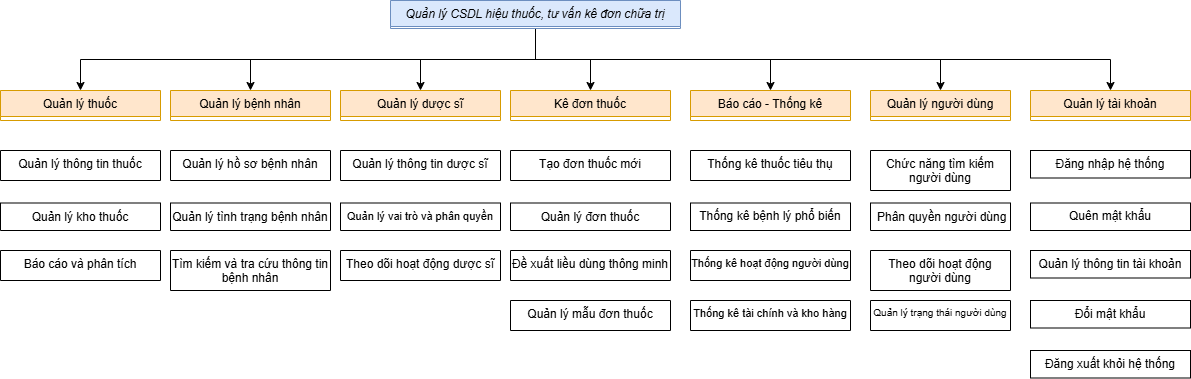
This is FHD.drawio.png from nguyentrung181/DA1, a draw.io export, as it was before one commit. Source tidied: cells renumbered, new cells last; positions are measured from the earlier drawing's top-left corner, leaving out a move shared by most shapes.
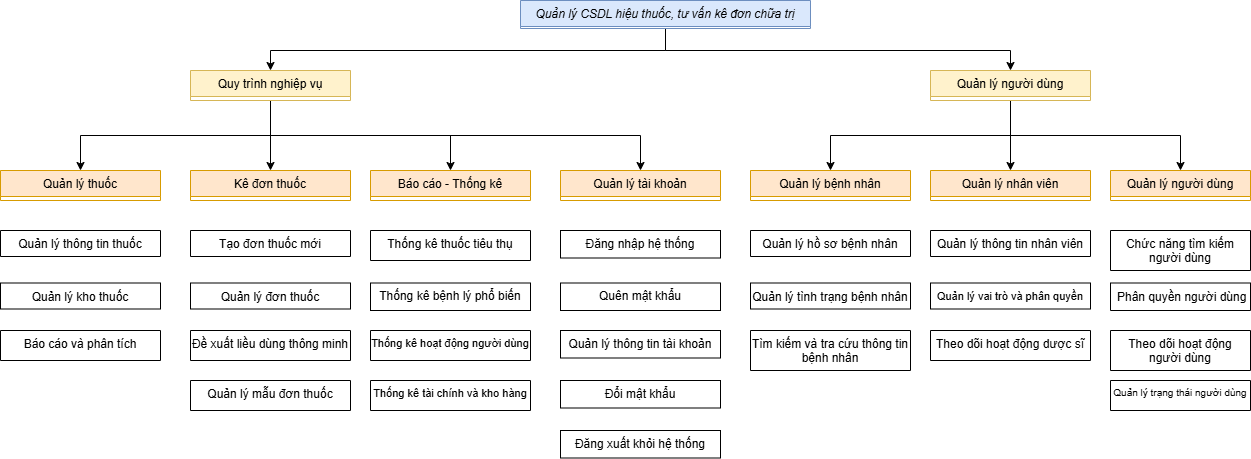
The same file after the commit.

Diff of the diagram source:
```diff
@@ -2,128 +2,150 @@
   <root>
     <mxCell id="0" />
     <mxCell id="1" parent="0" />
-    <mxCell id="2" style="edgeStyle=orthogonalEdgeStyle;rounded=0;jettySize=auto;html=1;exitX=0.5;exitY=1;exitDx=0;exitDy=0;" parent="1" edge="1" source="9" target="10">
-      <mxGeometry relative="1" as="geometry" />
-    </mxCell>
-    <mxCell id="3" style="edgeStyle=orthogonalEdgeStyle;rounded=0;jettySize=auto;html=1;exitX=0.5;exitY=1;exitDx=0;exitDy=0;" parent="1" edge="1" source="9" target="11">
-      <mxGeometry relative="1" as="geometry" />
-    </mxCell>
-    <mxCell id="4" style="edgeStyle=orthogonalEdgeStyle;rounded=0;jettySize=auto;html=1;exitX=0.5;exitY=1;exitDx=0;exitDy=0;entryX=0.5;entryY=0;entryDx=0;entryDy=0;" parent="1" edge="1" source="9" target="13">
-      <mxGeometry relative="1" as="geometry" />
-    </mxCell>
-    <mxCell id="5" style="edgeStyle=orthogonalEdgeStyle;rounded=0;jettySize=auto;html=1;exitX=0.5;exitY=1;exitDx=0;exitDy=0;entryX=0.5;entryY=0;entryDx=0;entryDy=0;" parent="1" edge="1" source="9" target="14">
-      <mxGeometry relative="1" as="geometry" />
-    </mxCell>
-    <mxCell id="6" style="edgeStyle=orthogonalEdgeStyle;rounded=0;jettySize=auto;html=1;exitX=0.5;exitY=1;exitDx=0;exitDy=0;" parent="1" edge="1" source="9" target="15">
-      <mxGeometry relative="1" as="geometry" />
-    </mxCell>
-    <mxCell id="7" style="edgeStyle=orthogonalEdgeStyle;rounded=0;jettySize=auto;html=1;exitX=0.5;exitY=1;exitDx=0;exitDy=0;entryX=0.5;entryY=0;entryDx=0;entryDy=0;" parent="1" edge="1" source="9" target="12">
-      <mxGeometry relative="1" as="geometry" />
-    </mxCell>
-    <mxCell id="8" style="edgeStyle=orthogonalEdgeStyle;rounded=0;jettySize=auto;html=1;exitX=0.5;exitY=1;exitDx=0;exitDy=0;entryX=0.5;entryY=0;entryDx=0;entryDy=0;" parent="1" edge="1" source="9" target="16">
-      <mxGeometry relative="1" as="geometry" />
-    </mxCell>
+    <mxCell id="43" style="edgeStyle=orthogonalEdgeStyle;rounded=0;jettySize=auto;html=1;exitX=0.5;exitY=1;exitDx=0;exitDy=0;entryX=0.5;entryY=0;entryDx=0;entryDy=0;" parent="1" edge="1" source="9" target="53">
+      <mxGeometry relative="1" as="geometry">
+        <Array as="points">
+          <mxPoint x="665" y="40" />
+          <mxPoint x="270" y="40" />
+        </Array>
+      </mxGeometry>
+    </mxCell>
+    <mxCell id="44" style="edgeStyle=orthogonalEdgeStyle;rounded=0;jettySize=auto;html=1;exitX=0.5;exitY=1;exitDx=0;exitDy=0;entryX=0.5;entryY=0;entryDx=0;entryDy=0;" parent="1" edge="1" source="9" target="48">
+      <mxGeometry relative="1" as="geometry">
+        <Array as="points">
+          <mxPoint x="665" y="40" />
+          <mxPoint x="1010" y="40" />
+        </Array>
+      </mxGeometry>
+    </mxCell>
     <mxCell id="9" value="Quản lý CSDL hiệu thuốc, tư vấn kê đơn chữa trị" style="swimlane;fontStyle=2;align=center;verticalAlign=top;horizontal=1;startSize=26;rounded=0;shadow=0;strokeWidth=1;fillColor=#dae8fc;strokeColor=#6c8ebf;" parent="1" vertex="1">
-      <mxGeometry x="390" width="290" height="28" as="geometry" />
+      <mxGeometry x="520" y="-10" width="290" height="28" as="geometry" />
     </mxCell>
     <mxCell id="10" value="Quản lý thuốc" style="swimlane;fontStyle=0;align=center;verticalAlign=top;horizontal=1;startSize=26;rounded=0;shadow=0;strokeWidth=1;fillColor=#ffe6cc;strokeColor=#d79b00;" parent="1" vertex="1">
-      <mxGeometry y="90" width="160" height="30" as="geometry" />
+      <mxGeometry y="160" width="160" height="30" as="geometry" />
     </mxCell>
     <mxCell id="11" value="Quản lý bệnh nhân" style="swimlane;fontStyle=0;align=center;verticalAlign=top;horizontal=1;startSize=26;rounded=0;shadow=0;strokeWidth=1;fillColor=#ffe6cc;strokeColor=#d79b00;" parent="1" vertex="1">
-      <mxGeometry x="170" y="90" width="160" height="30" as="geometry" />
+      <mxGeometry x="750" y="160" width="160" height="30" as="geometry" />
     </mxCell>
     <mxCell id="12" value="Quản lý người dùng" style="swimlane;fontStyle=0;align=center;verticalAlign=top;horizontal=1;startSize=26;rounded=0;shadow=0;strokeWidth=1;fillColor=#ffe6cc;strokeColor=#d79b00;" parent="1" vertex="1">
-      <mxGeometry x="870" y="90" width="140" height="30" as="geometry" />
+      <mxGeometry x="1110" y="160" width="140" height="30" as="geometry" />
     </mxCell>
-    <mxCell id="13" value="Quản lý dược sĩ" style="swimlane;fontStyle=0;align=center;verticalAlign=top;horizontal=1;startSize=26;rounded=0;shadow=0;strokeWidth=1;fillColor=#ffe6cc;strokeColor=#d79b00;" parent="1" vertex="1">
-      <mxGeometry x="340" y="90" width="160" height="30" as="geometry" />
+    <mxCell id="13" value="Quản lý nhân viên" style="swimlane;fontStyle=0;align=center;verticalAlign=top;horizontal=1;startSize=26;rounded=0;shadow=0;strokeWidth=1;fillColor=#ffe6cc;strokeColor=#d79b00;" parent="1" vertex="1">
+      <mxGeometry x="930" y="160" width="160" height="30" as="geometry" />
     </mxCell>
     <mxCell id="14" value="Kê đơn thuốc" style="swimlane;fontStyle=0;align=center;verticalAlign=top;horizontal=1;startSize=26;rounded=0;shadow=0;strokeWidth=1;fillColor=#ffe6cc;strokeColor=#d79b00;" parent="1" vertex="1">
-      <mxGeometry x="510" y="90" width="160" height="30" as="geometry" />
+      <mxGeometry x="190" y="160" width="160" height="30" as="geometry" />
     </mxCell>
     <mxCell id="15" value="Báo cáo - Thống kê" style="swimlane;fontStyle=0;align=center;verticalAlign=top;horizontal=1;startSize=26;rounded=0;shadow=0;strokeWidth=1;fillColor=#ffe6cc;strokeColor=#d79b00;" parent="1" vertex="1">
-      <mxGeometry x="690" y="90" width="160" height="30" as="geometry" />
+      <mxGeometry x="370" y="160" width="160" height="30" as="geometry" />
     </mxCell>
     <mxCell id="16" value="Quản lý tài khoản" style="swimlane;fontStyle=0;align=center;verticalAlign=top;horizontal=1;startSize=26;rounded=0;shadow=0;strokeWidth=1;fillColor=#ffe6cc;strokeColor=#d79b00;" parent="1" vertex="1">
-      <mxGeometry x="1030" y="90" width="160" height="30" as="geometry" />
+      <mxGeometry x="560" y="160" width="160" height="30" as="geometry" />
     </mxCell>
-    <mxCell id="17" value="Quản lý thông tin thuốc&#10;" style="swimlane;fontStyle=0;align=center;verticalAlign=top;horizontal=1;startSize=430;rounded=0;shadow=0;strokeWidth=1;whiteSpace=wrap;" parent="1" vertex="1">
-      <mxGeometry y="150" width="160" height="30" as="geometry" />
+    <mxCell id="17" value="Quản lý thông tin thuốc&#10;" style="swimlane;fontStyle=0;align=center;verticalAlign=top;horizontal=1;startSize=430;rounded=0;shadow=0;strokeWidth=1;whiteSpace=wrap;" parent="1" vertex="1" collapsed="1">
+      <mxGeometry y="220" width="160" height="26" as="geometry" />
     </mxCell>
-    <mxCell id="18" value="Quản lý kho thuốc" style="swimlane;fontStyle=0;align=center;verticalAlign=top;horizontal=1;startSize=430;rounded=0;shadow=0;strokeWidth=1;whiteSpace=wrap;" parent="1" vertex="1">
-      <mxGeometry y="202.5" width="160" height="27.5" as="geometry" />
+    <mxCell id="18" value="Quản lý kho thuốc" style="swimlane;fontStyle=0;align=center;verticalAlign=top;horizontal=1;startSize=430;rounded=0;shadow=0;strokeWidth=1;whiteSpace=wrap;" parent="1" vertex="1" collapsed="1">
+      <mxGeometry y="272.5" width="160" height="26" as="geometry" />
     </mxCell>
     <mxCell id="19" value="Báo cáo và phân tích&#10;" style="swimlane;fontStyle=0;align=center;verticalAlign=top;horizontal=1;startSize=430;rounded=0;shadow=0;strokeWidth=1;whiteSpace=wrap;" parent="1" vertex="1">
-      <mxGeometry y="250" width="160" height="30" as="geometry" />
+      <mxGeometry y="320" width="160" height="30" as="geometry" />
     </mxCell>
-    <mxCell id="20" value="Quản lý tình trạng bệnh nhân&#10;" style="swimlane;fontStyle=0;align=center;verticalAlign=top;horizontal=1;startSize=430;rounded=0;shadow=0;strokeWidth=1;whiteSpace=wrap;" parent="1" vertex="1">
-      <mxGeometry x="170" y="202.5" width="160" height="27.5" as="geometry" />
+    <mxCell id="20" value="Quản lý tình trạng bệnh nhân&#10;" style="swimlane;fontStyle=0;align=center;verticalAlign=top;horizontal=1;startSize=430;rounded=0;shadow=0;strokeWidth=1;whiteSpace=wrap;" parent="1" vertex="1" collapsed="1">
+      <mxGeometry x="750" y="272.5" width="160" height="26" as="geometry" />
     </mxCell>
     <mxCell id="21" value="Tìm kiếm và tra cứu thông tin bệnh nhân&#10;" style="swimlane;fontStyle=0;align=center;verticalAlign=top;horizontal=1;startSize=430;rounded=0;shadow=0;strokeWidth=1;whiteSpace=wrap;" parent="1" vertex="1">
-      <mxGeometry x="170" y="250" width="160" height="40" as="geometry" />
+      <mxGeometry x="750" y="320" width="160" height="40" as="geometry" />
     </mxCell>
-    <mxCell id="22" value="Quản lý hồ sơ bệnh nhân&#10;" style="swimlane;fontStyle=0;align=center;verticalAlign=top;horizontal=1;startSize=430;rounded=0;shadow=0;strokeWidth=1;whiteSpace=wrap;" parent="1" vertex="1">
-      <mxGeometry x="170" y="150" width="160" height="30" as="geometry" />
+    <mxCell id="22" value="Quản lý hồ sơ bệnh nhân&#10;" style="swimlane;fontStyle=0;align=center;verticalAlign=top;horizontal=1;startSize=430;rounded=0;shadow=0;strokeWidth=1;whiteSpace=wrap;" parent="1" vertex="1" collapsed="1">
+      <mxGeometry x="750" y="220" width="160" height="26" as="geometry" />
     </mxCell>
-    <mxCell id="23" value="Quản lý thông tin dược sĩ&#10;" style="swimlane;fontStyle=0;align=center;verticalAlign=top;horizontal=1;startSize=430;rounded=0;shadow=0;strokeWidth=1;whiteSpace=wrap;" parent="1" vertex="1">
-      <mxGeometry x="340" y="150" width="160" height="30" as="geometry" />
+    <mxCell id="23" value="Quản lý thông tin nhân viên" style="swimlane;fontStyle=0;align=center;verticalAlign=top;horizontal=1;startSize=430;rounded=0;shadow=0;strokeWidth=1;whiteSpace=wrap;" parent="1" vertex="1" collapsed="1">
+      <mxGeometry x="930" y="220" width="160" height="26" as="geometry" />
     </mxCell>
-    <mxCell id="24" value="Quản lý vai trò và phân quyền&#10;" style="swimlane;fontStyle=0;align=center;verticalAlign=top;horizontal=1;startSize=430;rounded=0;shadow=0;strokeWidth=1;whiteSpace=wrap;fontSize=11;" parent="1" vertex="1">
-      <mxGeometry x="340" y="202.5" width="160" height="27.5" as="geometry" />
+    <mxCell id="24" value="Quản lý vai trò và phân quyền&#10;" style="swimlane;fontStyle=0;align=center;verticalAlign=top;horizontal=1;startSize=430;rounded=0;shadow=0;strokeWidth=1;whiteSpace=wrap;fontSize=11;" parent="1" vertex="1" collapsed="1">
+      <mxGeometry x="930" y="272.5" width="160" height="26" as="geometry" />
     </mxCell>
     <mxCell id="25" value="Theo dõi hoạt động dược sĩ" style="swimlane;fontStyle=0;align=center;verticalAlign=top;horizontal=1;startSize=430;rounded=0;shadow=0;strokeWidth=1;whiteSpace=wrap;" parent="1" vertex="1">
-      <mxGeometry x="340" y="250" width="160" height="30" as="geometry" />
+      <mxGeometry x="930" y="320" width="160" height="30" as="geometry" />
     </mxCell>
-    <mxCell id="26" value="Tạo đơn thuốc mới&#10;" style="swimlane;fontStyle=0;align=center;verticalAlign=top;horizontal=1;startSize=430;rounded=0;shadow=0;strokeWidth=1;whiteSpace=wrap;" parent="1" vertex="1">
-      <mxGeometry x="510" y="150" width="160" height="30" as="geometry" />
+    <mxCell id="26" value="Tạo đơn thuốc mới&#10;" style="swimlane;fontStyle=0;align=center;verticalAlign=top;horizontal=1;startSize=430;rounded=0;shadow=0;strokeWidth=1;whiteSpace=wrap;" parent="1" vertex="1" collapsed="1">
+      <mxGeometry x="190" y="220" width="160" height="26" as="geometry" />
     </mxCell>
-    <mxCell id="27" value="Quản lý đơn thuốc&#10;" style="swimlane;fontStyle=0;align=center;verticalAlign=top;horizontal=1;startSize=430;rounded=0;shadow=0;strokeWidth=1;whiteSpace=wrap;" parent="1" vertex="1">
-      <mxGeometry x="510" y="202.5" width="160" height="27.5" as="geometry" />
+    <mxCell id="27" value="Quản lý đơn thuốc&#10;" style="swimlane;fontStyle=0;align=center;verticalAlign=top;horizontal=1;startSize=430;rounded=0;shadow=0;strokeWidth=1;whiteSpace=wrap;" parent="1" vertex="1" collapsed="1">
+      <mxGeometry x="190" y="272.5" width="160" height="26" as="geometry" />
     </mxCell>
     <mxCell id="28" value="Đề xuất liều dùng thông minh&#10;" style="swimlane;fontStyle=0;align=center;verticalAlign=top;horizontal=1;startSize=430;rounded=0;shadow=0;strokeWidth=1;whiteSpace=wrap;" parent="1" vertex="1">
-      <mxGeometry x="510" y="250" width="160" height="30" as="geometry" />
+      <mxGeometry x="190" y="320" width="160" height="30" as="geometry" />
     </mxCell>
     <mxCell id="29" value="Quản lý mẫu đơn thuốc&#10;" style="swimlane;fontStyle=0;align=center;verticalAlign=top;horizontal=1;startSize=430;rounded=0;shadow=0;strokeWidth=1;whiteSpace=wrap;" parent="1" vertex="1">
-      <mxGeometry x="510" y="300" width="160" height="30" as="geometry" />
+      <mxGeometry x="190" y="370" width="160" height="30" as="geometry" />
     </mxCell>
     <mxCell id="30" value="Thống kê thuốc tiêu thụ&#10;" style="swimlane;fontStyle=0;align=center;verticalAlign=top;horizontal=1;startSize=430;rounded=0;shadow=0;strokeWidth=1;whiteSpace=wrap;" parent="1" vertex="1">
-      <mxGeometry x="690" y="150" width="160" height="30" as="geometry" />
+      <mxGeometry x="370" y="220" width="160" height="30" as="geometry" />
     </mxCell>
     <mxCell id="31" value="Thống kê tài chính và kho hàng" style="swimlane;fontStyle=0;align=center;verticalAlign=top;horizontal=1;startSize=430;rounded=0;shadow=0;strokeWidth=1;whiteSpace=wrap;fontSize=11;" parent="1" vertex="1">
-      <mxGeometry x="690" y="300" width="160" height="30" as="geometry" />
+      <mxGeometry x="370" y="370" width="160" height="30" as="geometry" />
     </mxCell>
     <mxCell id="32" value="Thống kê hoạt động người dùng&#10;" style="swimlane;fontStyle=0;align=center;verticalAlign=top;horizontal=1;startSize=430;rounded=0;shadow=0;strokeWidth=1;whiteSpace=wrap;fontSize=11;" parent="1" vertex="1">
-      <mxGeometry x="690" y="250" width="160" height="30" as="geometry" />
+      <mxGeometry x="370" y="320" width="160" height="30" as="geometry" />
     </mxCell>
     <mxCell id="33" value="&lt;span style=&quot;&quot;&gt;Thống kê bệnh lý phổ biến&lt;/span&gt;&lt;br style=&quot;padding: 0px; margin: 0px;&quot;&gt;" style="rounded=0;whiteSpace=wrap;html=1;align=center;" parent="1" vertex="1">
-      <mxGeometry x="690" y="202.5" width="160" height="27.5" as="geometry" />
+      <mxGeometry x="370" y="272.5" width="160" height="27.5" as="geometry" />
     </mxCell>
     <mxCell id="34" value="Chức năng tìm kiếm người dùng&#10;" style="swimlane;fontStyle=0;align=center;verticalAlign=top;horizontal=1;startSize=430;rounded=0;shadow=0;strokeWidth=1;whiteSpace=wrap;" parent="1" vertex="1">
-      <mxGeometry x="870" y="150" width="140" height="40" as="geometry" />
+      <mxGeometry x="1110" y="220" width="140" height="40" as="geometry" />
     </mxCell>
     <mxCell id="35" value=" Phân quyền người dùng&#10;" style="swimlane;fontStyle=0;align=center;verticalAlign=top;horizontal=1;startSize=430;rounded=0;shadow=0;strokeWidth=1;whiteSpace=wrap;" parent="1" vertex="1">
-      <mxGeometry x="870" y="202.5" width="140" height="27.5" as="geometry" />
+      <mxGeometry x="1110" y="272.5" width="140" height="27.5" as="geometry" />
     </mxCell>
     <mxCell id="36" value="Theo dõi hoạt động người dùng&#10;" style="swimlane;fontStyle=0;align=center;verticalAlign=top;horizontal=1;startSize=430;rounded=0;shadow=0;strokeWidth=1;whiteSpace=wrap;" parent="1" vertex="1">
-      <mxGeometry x="870" y="250" width="140" height="40" as="geometry" />
+      <mxGeometry x="1110" y="320" width="140" height="40" as="geometry" />
     </mxCell>
     <mxCell id="37" value="Quản lý trạng thái người dùng&#10;" style="swimlane;fontStyle=0;align=center;verticalAlign=top;horizontal=1;startSize=430;rounded=0;shadow=0;strokeWidth=1;whiteSpace=wrap;fontSize=10;" parent="1" vertex="1">
-      <mxGeometry x="870" y="300" width="140" height="30" as="geometry" />
+      <mxGeometry x="1110" y="370" width="140" height="30" as="geometry" />
     </mxCell>
     <mxCell id="38" value="&lt;span style=&quot;text-align: left;&quot;&gt;Đăng nhập hệ thống&lt;/span&gt;" style="rounded=0;whiteSpace=wrap;html=1;align=center;" parent="1" vertex="1">
-      <mxGeometry x="1030" y="150" width="160" height="27.5" as="geometry" />
+      <mxGeometry x="560" y="220" width="160" height="27.5" as="geometry" />
     </mxCell>
     <mxCell id="39" value="&lt;span style=&quot;text-align: left;&quot;&gt;Quên mật khẩu&lt;/span&gt;" style="rounded=0;whiteSpace=wrap;html=1;align=center;" parent="1" vertex="1">
-      <mxGeometry x="1030" y="202.5" width="160" height="27.5" as="geometry" />
+      <mxGeometry x="560" y="272.5" width="160" height="27.5" as="geometry" />
     </mxCell>
     <mxCell id="40" value="&lt;span style=&quot;text-align: left;&quot;&gt;Quản lý thông tin tài khoản&lt;/span&gt;" style="rounded=0;whiteSpace=wrap;html=1;align=center;" parent="1" vertex="1">
-      <mxGeometry x="1030" y="250" width="160" height="27.5" as="geometry" />
+      <mxGeometry x="560" y="320" width="160" height="27.5" as="geometry" />
     </mxCell>
     <mxCell id="41" value="&lt;span style=&quot;text-align: left;&quot;&gt;Đổi mật khẩu&lt;/span&gt;" style="rounded=0;whiteSpace=wrap;html=1;align=center;" parent="1" vertex="1">
-      <mxGeometry x="1030" y="300" width="160" height="27.5" as="geometry" />
+      <mxGeometry x="560" y="370" width="160" height="27.5" as="geometry" />
     </mxCell>
     <mxCell id="42" value="&lt;div&gt;&lt;div style=&quot;text-align: left;&quot;&gt;&lt;span style=&quot;background-color: transparent; color: light-dark(rgb(0, 0, 0), rgb(255, 255, 255));&quot;&gt;Đăng xuất khỏi hệ thống&lt;/span&gt;&lt;/div&gt;&lt;/div&gt;" style="rounded=0;whiteSpace=wrap;html=1;align=center;" parent="1" vertex="1">
-      <mxGeometry x="1030" y="350" width="160" height="27.5" as="geometry" />
+      <mxGeometry x="560" y="420" width="160" height="27.5" as="geometry" />
     </mxCell>
+    <mxCell id="45" style="edgeStyle=orthogonalEdgeStyle;rounded=0;jettySize=auto;html=1;exitX=0.5;exitY=1;exitDx=0;exitDy=0;" parent="1" edge="1" source="48" target="11">
+      <mxGeometry relative="1" as="geometry" />
+    </mxCell>
+    <mxCell id="46" style="edgeStyle=orthogonalEdgeStyle;rounded=0;jettySize=auto;html=1;exitX=0.5;exitY=1;exitDx=0;exitDy=0;entryX=0.5;entryY=0;entryDx=0;entryDy=0;" parent="1" edge="1" source="48" target="13">
+      <mxGeometry relative="1" as="geometry" />
+    </mxCell>
+    <mxCell id="47" style="edgeStyle=orthogonalEdgeStyle;rounded=0;jettySize=auto;html=1;exitX=0.5;exitY=1;exitDx=0;exitDy=0;entryX=0.5;entryY=0;entryDx=0;entryDy=0;" parent="1" edge="1" source="48" target="12">
+      <mxGeometry relative="1" as="geometry" />
+    </mxCell>
+    <mxCell id="48" value="Quản lý người dùng" style="swimlane;fontStyle=0;align=center;verticalAlign=top;horizontal=1;startSize=26;rounded=0;shadow=0;strokeWidth=1;fillColor=#fff2cc;strokeColor=#d6b656;" parent="1" vertex="1">
+      <mxGeometry x="930" y="60" width="160" height="30" as="geometry" />
+    </mxCell>
+    <mxCell id="49" style="edgeStyle=orthogonalEdgeStyle;rounded=0;jettySize=auto;html=1;exitX=0.5;exitY=1;exitDx=0;exitDy=0;entryX=0.5;entryY=0;entryDx=0;entryDy=0;" parent="1" edge="1" source="53" target="10">
+      <mxGeometry relative="1" as="geometry" />
+    </mxCell>
+    <mxCell id="50" style="edgeStyle=orthogonalEdgeStyle;rounded=0;jettySize=auto;html=1;exitX=0.5;exitY=1;exitDx=0;exitDy=0;entryX=0.5;entryY=0;entryDx=0;entryDy=0;" parent="1" edge="1" source="53" target="14">
+      <mxGeometry relative="1" as="geometry" />
+    </mxCell>
+    <mxCell id="51" style="edgeStyle=orthogonalEdgeStyle;rounded=0;jettySize=auto;html=1;exitX=0.5;exitY=1;exitDx=0;exitDy=0;entryX=0.5;entryY=0;entryDx=0;entryDy=0;" parent="1" edge="1" source="53" target="15">
+      <mxGeometry relative="1" as="geometry" />
+    </mxCell>
+    <mxCell id="52" style="edgeStyle=orthogonalEdgeStyle;rounded=0;jettySize=auto;html=1;exitX=0.5;exitY=1;exitDx=0;exitDy=0;entryX=0.5;entryY=0;entryDx=0;entryDy=0;" parent="1" edge="1" source="53" target="16">
+      <mxGeometry relative="1" as="geometry" />
+    </mxCell>
+    <mxCell id="53" value="Quy trình nghiệp vụ" style="swimlane;fontStyle=0;align=center;verticalAlign=top;horizontal=1;startSize=26;rounded=0;shadow=0;strokeWidth=1;fillColor=#fff2cc;strokeColor=#d6b656;" parent="1" vertex="1">
+      <mxGeometry x="190" y="60" width="160" height="30" as="geometry" />
+    </mxCell>
   </root>
 </mxGraphModel>
```
